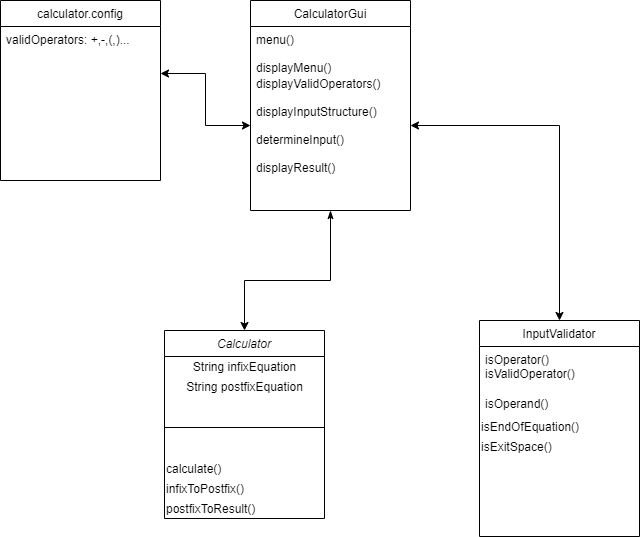
Above: calculator.png in yahelroro0196/calculator (draw.io), before the change. Source tidied: cells renumbered, new cells last; positions are measured from the earlier drawing's top-left corner, leaving out a move shared by most shapes. Its diagram source:
```xml
<mxGraphModel>
  <root>
    <mxCell id="0" />
    <mxCell id="1" parent="0" />
    <mxCell id="2" style="edgeStyle=none;rounded=0;jettySize=auto;html=1;exitX=0.5;exitY=1;exitDx=0;exitDy=0;entryX=0.5;entryY=0;entryDx=0;entryDy=0;startArrow=classicThin;startFill=1;" parent="1" edge="1" source="3" target="15">
      <mxGeometry relative="1" as="geometry">
        <Array as="points">
          <mxPoint x="330" y="280" />
          <mxPoint x="244" y="280" />
        </Array>
      </mxGeometry>
    </mxCell>
    <mxCell id="3" value="CalculatorGui" style="swimlane;fontStyle=0;align=center;verticalAlign=top;horizontal=1;startSize=26;rounded=0;shadow=0;strokeWidth=1;" parent="1" vertex="1">
      <mxGeometry x="250" width="160" height="210" as="geometry" />
    </mxCell>
    <mxCell id="4" value="menu()&#10;&#10;displayMenu()&#10;" style="text;align=left;verticalAlign=top;spacingLeft=4;spacingRight=4;overflow=hidden;" parent="3" vertex="1">
      <mxGeometry y="26" width="160" height="44" as="geometry" />
    </mxCell>
    <mxCell id="5" value="displayValidOperators()&#10;&#10;displayInputStructure()&#10;&#10;determineInput()&#10;&#10;displayResult()&#10;&#10;&#10;&#10;&#10;" style="text;align=left;verticalAlign=top;spacingLeft=4;spacingRight=4;overflow=hidden;points=[[0,0.5],[1,0.5]];portConstraint=eastwest;" parent="3" vertex="1">
      <mxGeometry y="70" width="160" height="110" as="geometry" />
    </mxCell>
    <mxCell id="6" value="calculator.config" style="swimlane;fontStyle=0;align=center;verticalAlign=top;horizontal=1;startSize=26;rounded=0;shadow=0;strokeWidth=1;" parent="1" vertex="1">
      <mxGeometry width="160" height="180" as="geometry" />
    </mxCell>
    <mxCell id="7" value="validOperators: +,-,(,)...&#10;&#10;" style="text;align=left;verticalAlign=top;spacingLeft=4;spacingRight=4;overflow=hidden;points=[[0,0.5],[1,0.5]];portConstraint=eastwest;" parent="6" vertex="1">
      <mxGeometry y="26" width="160" height="94" as="geometry" />
    </mxCell>
    <mxCell id="8" style="edgeStyle=orthogonalEdgeStyle;rounded=0;jettySize=auto;html=1;entryX=0;entryY=0.5;entryDx=0;entryDy=0;startArrow=classic;startFill=1;" parent="1" edge="1" source="7" target="5">
      <mxGeometry relative="1" as="geometry" />
    </mxCell>
    <mxCell id="9" value="InputValidator" style="swimlane;fontStyle=0;align=center;verticalAlign=top;horizontal=1;startSize=26;rounded=0;shadow=0;strokeWidth=1;" parent="1" vertex="1">
      <mxGeometry x="479" y="320" width="160" height="216" as="geometry" />
    </mxCell>
    <mxCell id="10" value="isOperator()&#10;isValidOperator()" style="text;align=left;verticalAlign=top;spacingLeft=4;spacingRight=4;overflow=hidden;" parent="9" vertex="1">
      <mxGeometry y="26" width="160" height="44" as="geometry" />
    </mxCell>
    <mxCell id="11" value="isOperand()" style="text;align=left;verticalAlign=top;spacingLeft=4;spacingRight=4;overflow=hidden;" parent="9" vertex="1">
      <mxGeometry y="70" width="160" height="26" as="geometry" />
    </mxCell>
    <mxCell id="12" value="isEndOfEquation()" style="text;html=1;align=left;verticalAlign=middle;" parent="9" vertex="1">
      <mxGeometry y="96" width="160" height="20" as="geometry" />
    </mxCell>
    <mxCell id="13" value="isExitSpace()" style="text;html=1;align=left;verticalAlign=middle;" parent="9" vertex="1">
      <mxGeometry y="116" width="160" height="20" as="geometry" />
    </mxCell>
    <mxCell id="14" style="edgeStyle=orthogonalEdgeStyle;rounded=0;jettySize=auto;html=1;entryX=0.5;entryY=0;entryDx=0;entryDy=0;startArrow=classic;startFill=1;" parent="1" edge="1" source="5" target="9">
      <mxGeometry relative="1" as="geometry" />
    </mxCell>
    <mxCell id="15" value="Calculator" style="swimlane;fontStyle=2;align=center;verticalAlign=top;horizontal=1;startSize=26;rounded=0;shadow=0;strokeWidth=1;" parent="1" vertex="1">
      <mxGeometry x="164" y="330" width="160" height="188" as="geometry" />
    </mxCell>
    <mxCell id="16" value="String infixEquation" style="text;html=1;align=center;verticalAlign=middle;" parent="15" vertex="1">
      <mxGeometry y="26" width="160" height="20" as="geometry" />
    </mxCell>
    <mxCell id="17" value="String postfixEquation" style="text;html=1;align=center;verticalAlign=middle;" parent="15" vertex="1">
      <mxGeometry y="46" width="160" height="20" as="geometry" />
    </mxCell>
    <mxCell id="18" style="line;html=1;strokeWidth=1;align=left;verticalAlign=middle;spacingTop=-1;spacingLeft=3;spacingRight=3;labelPosition=right;" parent="15" vertex="1">
      <mxGeometry y="66" width="160" height="62" as="geometry" />
    </mxCell>
    <mxCell id="19" value="calculate()" style="text;html=1;align=left;verticalAlign=middle;" parent="15" vertex="1">
      <mxGeometry y="128" width="160" height="20" as="geometry" />
    </mxCell>
    <mxCell id="20" value="infixToPostfix()" style="text;html=1;align=left;verticalAlign=middle;" parent="15" vertex="1">
      <mxGeometry y="148" width="160" height="20" as="geometry" />
    </mxCell>
    <mxCell id="21" value="postfixToResult()" style="text;html=1;align=left;verticalAlign=middle;" parent="15" vertex="1">
      <mxGeometry y="168" width="160" height="20" as="geometry" />
    </mxCell>
  </root>
</mxGraphModel>
```
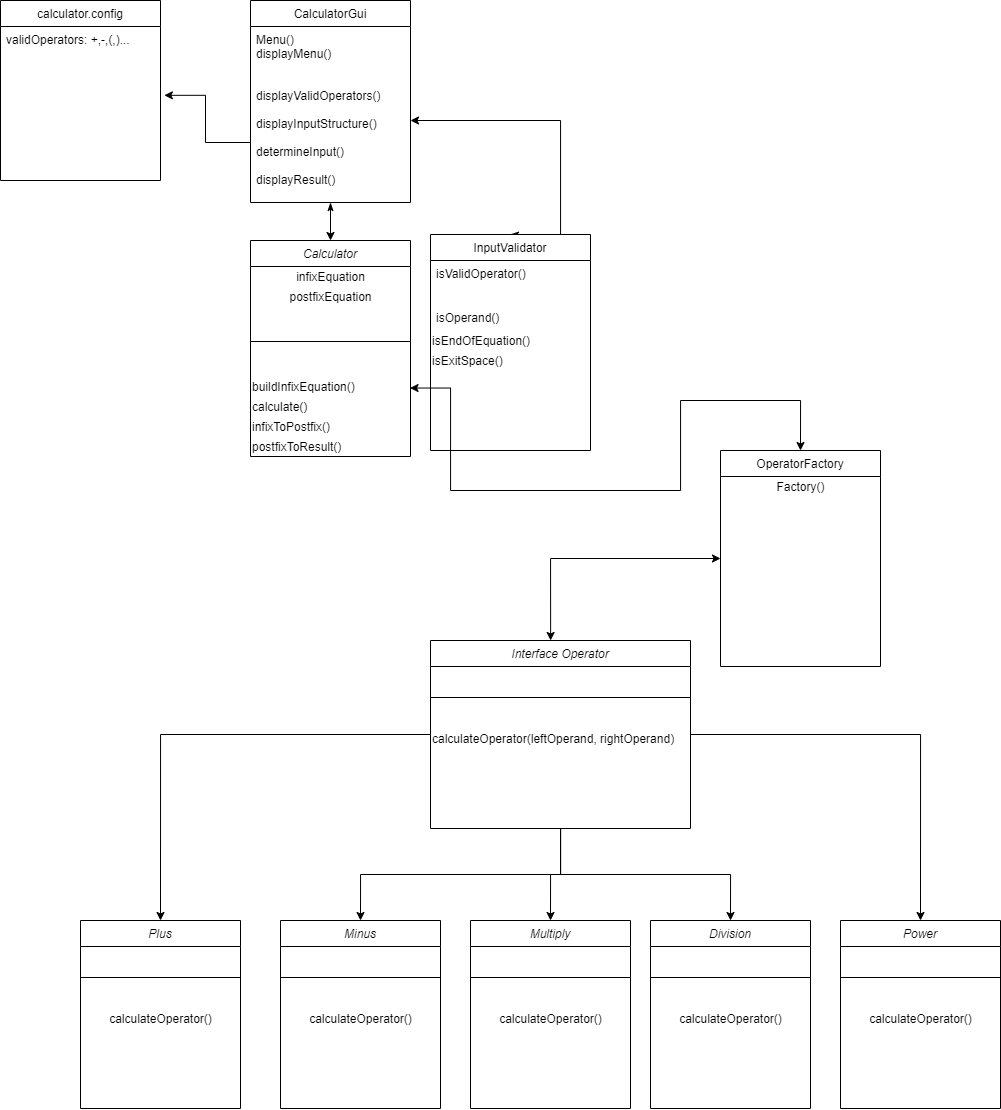
After the change.

Commit message:
updated Design graph

Diff of the diagram source:
```diff
@@ -2,22 +2,48 @@
   <root>
     <mxCell id="0" />
     <mxCell id="1" parent="0" />
+    <mxCell id="22" style="edgeStyle=orthogonalEdgeStyle;rounded=0;jettySize=auto;html=1;exitX=0.5;exitY=0;exitDx=0;exitDy=0;startArrow=classicThin;startFill=1;" parent="1" edge="1" source="9" target="5">
+      <mxGeometry relative="1" as="geometry">
+        <Array as="points">
+          <mxPoint x="560" y="120" />
+        </Array>
+      </mxGeometry>
+    </mxCell>
+    <mxCell id="15" value="Calculator" style="swimlane;fontStyle=2;align=center;verticalAlign=top;horizontal=1;startSize=26;rounded=0;shadow=0;strokeWidth=1;" parent="1" vertex="1">
+      <mxGeometry x="250" y="240" width="160" height="216" as="geometry" />
+    </mxCell>
+    <mxCell id="16" value="infixEquation" style="text;html=1;align=center;verticalAlign=middle;" parent="15" vertex="1">
+      <mxGeometry y="26" width="160" height="20" as="geometry" />
+    </mxCell>
+    <mxCell id="17" value="postfixEquation" style="text;html=1;align=center;verticalAlign=middle;" parent="15" vertex="1">
+      <mxGeometry y="46" width="160" height="20" as="geometry" />
+    </mxCell>
+    <mxCell id="18" style="line;html=1;strokeWidth=1;align=left;verticalAlign=middle;spacingTop=-1;spacingLeft=3;spacingRight=3;labelPosition=right;" parent="15" vertex="1">
+      <mxGeometry y="66" width="160" height="70" as="geometry" />
+    </mxCell>
+    <mxCell id="23" value="buildInfixEquation()" style="text;html=1;align=left;verticalAlign=middle;points=[];" parent="15" vertex="1">
+      <mxGeometry y="136" width="160" height="20" as="geometry" />
+    </mxCell>
+    <mxCell id="19" value="calculate()" style="text;html=1;align=left;verticalAlign=middle;" parent="15" vertex="1">
+      <mxGeometry y="156" width="160" height="20" as="geometry" />
+    </mxCell>
+    <mxCell id="20" value="infixToPostfix()" style="text;html=1;align=left;verticalAlign=middle;" parent="15" vertex="1">
+      <mxGeometry y="176" width="160" height="20" as="geometry" />
+    </mxCell>
+    <mxCell id="21" value="postfixToResult()" style="text;html=1;align=left;verticalAlign=middle;" parent="15" vertex="1">
+      <mxGeometry y="196" width="160" height="20" as="geometry" />
+    </mxCell>
     <mxCell id="2" style="edgeStyle=none;rounded=0;jettySize=auto;html=1;exitX=0.5;exitY=1;exitDx=0;exitDy=0;entryX=0.5;entryY=0;entryDx=0;entryDy=0;startArrow=classicThin;startFill=1;" parent="1" edge="1" source="3" target="15">
-      <mxGeometry relative="1" as="geometry">
-        <Array as="points">
-          <mxPoint x="330" y="280" />
-          <mxPoint x="244" y="280" />
-        </Array>
-      </mxGeometry>
+      <mxGeometry relative="1" as="geometry" />
     </mxCell>
     <mxCell id="3" value="CalculatorGui" style="swimlane;fontStyle=0;align=center;verticalAlign=top;horizontal=1;startSize=26;rounded=0;shadow=0;strokeWidth=1;" parent="1" vertex="1">
-      <mxGeometry x="250" width="160" height="210" as="geometry" />
+      <mxGeometry x="250" width="160" height="202" as="geometry" />
     </mxCell>
-    <mxCell id="4" value="menu()&#10;&#10;displayMenu()&#10;" style="text;align=left;verticalAlign=top;spacingLeft=4;spacingRight=4;overflow=hidden;" parent="3" vertex="1">
-      <mxGeometry y="26" width="160" height="44" as="geometry" />
+    <mxCell id="4" value="Menu()&#10;displayMenu()" style="text;align=left;verticalAlign=top;spacingLeft=4;spacingRight=4;overflow=hidden;" parent="3" vertex="1">
+      <mxGeometry y="26" width="160" height="56" as="geometry" />
     </mxCell>
     <mxCell id="5" value="displayValidOperators()&#10;&#10;displayInputStructure()&#10;&#10;determineInput()&#10;&#10;displayResult()&#10;&#10;&#10;&#10;&#10;" style="text;align=left;verticalAlign=top;spacingLeft=4;spacingRight=4;overflow=hidden;points=[[0,0.5],[1,0.5]];portConstraint=eastwest;" parent="3" vertex="1">
-      <mxGeometry y="70" width="160" height="110" as="geometry" />
+      <mxGeometry y="82" width="160" height="120" as="geometry" />
     </mxCell>
     <mxCell id="6" value="calculator.config" style="swimlane;fontStyle=0;align=center;verticalAlign=top;horizontal=1;startSize=26;rounded=0;shadow=0;strokeWidth=1;" parent="1" vertex="1">
       <mxGeometry width="160" height="180" as="geometry" />
@@ -25,13 +51,103 @@
     <mxCell id="7" value="validOperators: +,-,(,)...&#10;&#10;" style="text;align=left;verticalAlign=top;spacingLeft=4;spacingRight=4;overflow=hidden;points=[[0,0.5],[1,0.5]];portConstraint=eastwest;" parent="6" vertex="1">
       <mxGeometry y="26" width="160" height="94" as="geometry" />
     </mxCell>
-    <mxCell id="8" style="edgeStyle=orthogonalEdgeStyle;rounded=0;jettySize=auto;html=1;entryX=0;entryY=0.5;entryDx=0;entryDy=0;startArrow=classic;startFill=1;" parent="1" edge="1" source="7" target="5">
-      <mxGeometry relative="1" as="geometry" />
-    </mxCell>
+    <mxCell id="24" style="edgeStyle=orthogonalEdgeStyle;rounded=0;jettySize=auto;html=1;entryX=1.024;entryY=0.732;entryDx=0;entryDy=0;entryPerimeter=0;" parent="1" edge="1" source="5" target="7">
+      <mxGeometry relative="1" as="geometry" />
+    </mxCell>
+    <mxCell id="25" style="edgeStyle=orthogonalEdgeStyle;rounded=0;jettySize=auto;html=1;entryX=0.5;entryY=0;entryDx=0;entryDy=0;" parent="1" edge="1" source="47" target="32">
+      <mxGeometry relative="1" as="geometry" />
+    </mxCell>
+    <mxCell id="26" style="edgeStyle=orthogonalEdgeStyle;rounded=0;jettySize=auto;html=1;entryX=0.5;entryY=0;entryDx=0;entryDy=0;" parent="1" edge="1" source="47" target="35">
+      <mxGeometry relative="1" as="geometry" />
+    </mxCell>
+    <mxCell id="27" style="edgeStyle=orthogonalEdgeStyle;rounded=0;jettySize=auto;html=1;entryX=0.5;entryY=0;entryDx=0;entryDy=0;" parent="1" edge="1" source="47" target="44">
+      <mxGeometry relative="1" as="geometry" />
+    </mxCell>
+    <mxCell id="28" style="edgeStyle=orthogonalEdgeStyle;rounded=0;jettySize=auto;html=1;entryX=0.5;entryY=0;entryDx=0;entryDy=0;" parent="1" edge="1" source="47" target="38">
+      <mxGeometry relative="1" as="geometry" />
+    </mxCell>
+    <mxCell id="29" style="edgeStyle=orthogonalEdgeStyle;rounded=0;jettySize=auto;html=1;entryX=0.5;entryY=0;entryDx=0;entryDy=0;" parent="1" edge="1" source="47" target="41">
+      <mxGeometry relative="1" as="geometry" />
+    </mxCell>
+    <mxCell id="30" value="OperatorFactory" style="swimlane;fontStyle=0;align=center;verticalAlign=top;horizontal=1;startSize=26;rounded=0;shadow=0;strokeWidth=1;" parent="1" vertex="1">
+      <mxGeometry x="720" y="450" width="160" height="216" as="geometry" />
+    </mxCell>
+    <mxCell id="31" value="Factory()" style="text;html=1;align=center;verticalAlign=middle;" parent="30" vertex="1">
+      <mxGeometry y="26" width="160" height="20" as="geometry" />
+    </mxCell>
+    <mxCell id="32" value="Minus" style="swimlane;fontStyle=2;align=center;verticalAlign=top;horizontal=1;startSize=26;rounded=0;shadow=0;strokeWidth=1;" parent="1" vertex="1">
+      <mxGeometry x="280" y="920" width="160" height="188" as="geometry" />
+    </mxCell>
+    <mxCell id="33" style="line;html=1;strokeWidth=1;align=left;verticalAlign=middle;spacingTop=-1;spacingLeft=3;spacingRight=3;labelPosition=right;" parent="32" vertex="1">
+      <mxGeometry y="26" width="160" height="62" as="geometry" />
+    </mxCell>
+    <mxCell id="34" value="calculateOperator()" style="text;html=1;align=center;verticalAlign=middle;" parent="32" vertex="1">
+      <mxGeometry y="88" width="160" height="20" as="geometry" />
+    </mxCell>
+    <mxCell id="35" value="Multiply" style="swimlane;fontStyle=2;align=center;verticalAlign=top;horizontal=1;startSize=26;rounded=0;shadow=0;strokeWidth=1;" parent="1" vertex="1">
+      <mxGeometry x="470" y="920" width="160" height="188" as="geometry" />
+    </mxCell>
+    <mxCell id="36" style="line;html=1;strokeWidth=1;align=left;verticalAlign=middle;spacingTop=-1;spacingLeft=3;spacingRight=3;labelPosition=right;" parent="35" vertex="1">
+      <mxGeometry y="26" width="160" height="62" as="geometry" />
+    </mxCell>
+    <mxCell id="37" value="calculateOperator()" style="text;html=1;align=center;verticalAlign=middle;" parent="35" vertex="1">
+      <mxGeometry y="88" width="160" height="20" as="geometry" />
+    </mxCell>
+    <mxCell id="38" value="Plus" style="swimlane;fontStyle=2;align=center;verticalAlign=top;horizontal=1;startSize=26;rounded=0;shadow=0;strokeWidth=1;" parent="1" vertex="1">
+      <mxGeometry x="80" y="920" width="160" height="188" as="geometry" />
+    </mxCell>
+    <mxCell id="39" style="line;html=1;strokeWidth=1;align=left;verticalAlign=middle;spacingTop=-1;spacingLeft=3;spacingRight=3;labelPosition=right;" parent="38" vertex="1">
+      <mxGeometry y="26" width="160" height="62" as="geometry" />
+    </mxCell>
+    <mxCell id="40" value="calculateOperator()" style="text;html=1;align=center;verticalAlign=middle;" parent="38" vertex="1">
+      <mxGeometry y="88" width="160" height="20" as="geometry" />
+    </mxCell>
+    <mxCell id="41" value="Power" style="swimlane;fontStyle=2;align=center;verticalAlign=top;horizontal=1;startSize=26;rounded=0;shadow=0;strokeWidth=1;" parent="1" vertex="1">
+      <mxGeometry x="840" y="920" width="160" height="188" as="geometry" />
+    </mxCell>
+    <mxCell id="42" style="line;html=1;strokeWidth=1;align=left;verticalAlign=middle;spacingTop=-1;spacingLeft=3;spacingRight=3;labelPosition=right;" parent="41" vertex="1">
+      <mxGeometry y="26" width="160" height="62" as="geometry" />
+    </mxCell>
+    <mxCell id="43" value="calculateOperator()" style="text;html=1;align=center;verticalAlign=middle;" parent="41" vertex="1">
+      <mxGeometry y="88" width="160" height="20" as="geometry" />
+    </mxCell>
+    <mxCell id="44" value="Division" style="swimlane;fontStyle=2;align=center;verticalAlign=top;horizontal=1;startSize=26;rounded=0;shadow=0;strokeWidth=1;" parent="1" vertex="1">
+      <mxGeometry x="650" y="920" width="160" height="188" as="geometry" />
+    </mxCell>
+    <mxCell id="45" style="line;html=1;strokeWidth=1;align=left;verticalAlign=middle;spacingTop=-1;spacingLeft=3;spacingRight=3;labelPosition=right;" parent="44" vertex="1">
+      <mxGeometry y="26" width="160" height="62" as="geometry" />
+    </mxCell>
+    <mxCell id="46" value="calculateOperator()" style="text;html=1;align=center;verticalAlign=middle;" parent="44" vertex="1">
+      <mxGeometry y="88" width="160" height="20" as="geometry" />
+    </mxCell>
+    <mxCell id="47" value="Interface Operator" style="swimlane;fontStyle=2;align=center;verticalAlign=top;horizontal=1;startSize=26;rounded=0;shadow=0;strokeWidth=1;" parent="1" vertex="1">
+      <mxGeometry x="430" y="640" width="260" height="188" as="geometry" />
+    </mxCell>
+    <mxCell id="48" style="line;html=1;strokeWidth=1;align=left;verticalAlign=middle;spacingTop=-1;spacingLeft=3;spacingRight=3;labelPosition=right;" parent="47" vertex="1">
+      <mxGeometry y="26" width="260" height="62" as="geometry" />
+    </mxCell>
+    <mxCell id="49" value="calculateOperator(leftOperand, rightOperand)" style="text;html=1;align=left;verticalAlign=middle;" parent="47" vertex="1">
+      <mxGeometry y="88" width="260" height="20" as="geometry" />
+    </mxCell>
+    <mxCell id="50" style="edgeStyle=orthogonalEdgeStyle;rounded=0;jettySize=auto;html=1;exitX=0.997;exitY=0.576;exitDx=0;exitDy=0;startArrow=classic;startFill=1;exitPerimeter=0;" parent="1" edge="1" source="23">
+      <mxGeometry relative="1" as="geometry">
+        <mxPoint x="800" y="450" as="targetPoint" />
+        <Array as="points">
+          <mxPoint x="450" y="388" />
+          <mxPoint x="450" y="490" />
+          <mxPoint x="680" y="490" />
+          <mxPoint x="680" y="400" />
+          <mxPoint x="800" y="400" />
+        </Array>
+      </mxGeometry>
+    </mxCell>
+    <mxCell id="51" style="edgeStyle=orthogonalEdgeStyle;rounded=0;jettySize=auto;html=1;entryX=0.462;entryY=0;entryDx=0;entryDy=0;entryPerimeter=0;startArrow=classic;startFill=1;" parent="1" edge="1" source="30" target="47">
+      <mxGeometry relative="1" as="geometry" />
+    </mxCell>
     <mxCell id="9" value="InputValidator" style="swimlane;fontStyle=0;align=center;verticalAlign=top;horizontal=1;startSize=26;rounded=0;shadow=0;strokeWidth=1;" parent="1" vertex="1">
-      <mxGeometry x="479" y="320" width="160" height="216" as="geometry" />
+      <mxGeometry x="430" y="234" width="160" height="216" as="geometry" />
     </mxCell>
-    <mxCell id="10" value="isOperator()&#10;isValidOperator()" style="text;align=left;verticalAlign=top;spacingLeft=4;spacingRight=4;overflow=hidden;" parent="9" vertex="1">
+    <mxCell id="10" value="isValidOperator()" style="text;align=left;verticalAlign=top;spacingLeft=4;spacingRight=4;overflow=hidden;" parent="9" vertex="1">
       <mxGeometry y="26" width="160" height="44" as="geometry" />
     </mxCell>
     <mxCell id="11" value="isOperand()" style="text;align=left;verticalAlign=top;spacingLeft=4;spacingRight=4;overflow=hidden;" parent="9" vertex="1">
@@ -43,29 +159,5 @@
     <mxCell id="13" value="isExitSpace()" style="text;html=1;align=left;verticalAlign=middle;" parent="9" vertex="1">
       <mxGeometry y="116" width="160" height="20" as="geometry" />
     </mxCell>
-    <mxCell id="14" style="edgeStyle=orthogonalEdgeStyle;rounded=0;jettySize=auto;html=1;entryX=0.5;entryY=0;entryDx=0;entryDy=0;startArrow=classic;startFill=1;" parent="1" edge="1" source="5" target="9">
-      <mxGeometry relative="1" as="geometry" />
-    </mxCell>
-    <mxCell id="15" value="Calculator" style="swimlane;fontStyle=2;align=center;verticalAlign=top;horizontal=1;startSize=26;rounded=0;shadow=0;strokeWidth=1;" parent="1" vertex="1">
-      <mxGeometry x="164" y="330" width="160" height="188" as="geometry" />
-    </mxCell>
-    <mxCell id="16" value="String infixEquation" style="text;html=1;align=center;verticalAlign=middle;" parent="15" vertex="1">
-      <mxGeometry y="26" width="160" height="20" as="geometry" />
-    </mxCell>
-    <mxCell id="17" value="String postfixEquation" style="text;html=1;align=center;verticalAlign=middle;" parent="15" vertex="1">
-      <mxGeometry y="46" width="160" height="20" as="geometry" />
-    </mxCell>
-    <mxCell id="18" style="line;html=1;strokeWidth=1;align=left;verticalAlign=middle;spacingTop=-1;spacingLeft=3;spacingRight=3;labelPosition=right;" parent="15" vertex="1">
-      <mxGeometry y="66" width="160" height="62" as="geometry" />
-    </mxCell>
-    <mxCell id="19" value="calculate()" style="text;html=1;align=left;verticalAlign=middle;" parent="15" vertex="1">
-      <mxGeometry y="128" width="160" height="20" as="geometry" />
-    </mxCell>
-    <mxCell id="20" value="infixToPostfix()" style="text;html=1;align=left;verticalAlign=middle;" parent="15" vertex="1">
-      <mxGeometry y="148" width="160" height="20" as="geometry" />
-    </mxCell>
-    <mxCell id="21" value="postfixToResult()" style="text;html=1;align=left;verticalAlign=middle;" parent="15" vertex="1">
-      <mxGeometry y="168" width="160" height="20" as="geometry" />
-    </mxCell>
   </root>
 </mxGraphModel>
```
